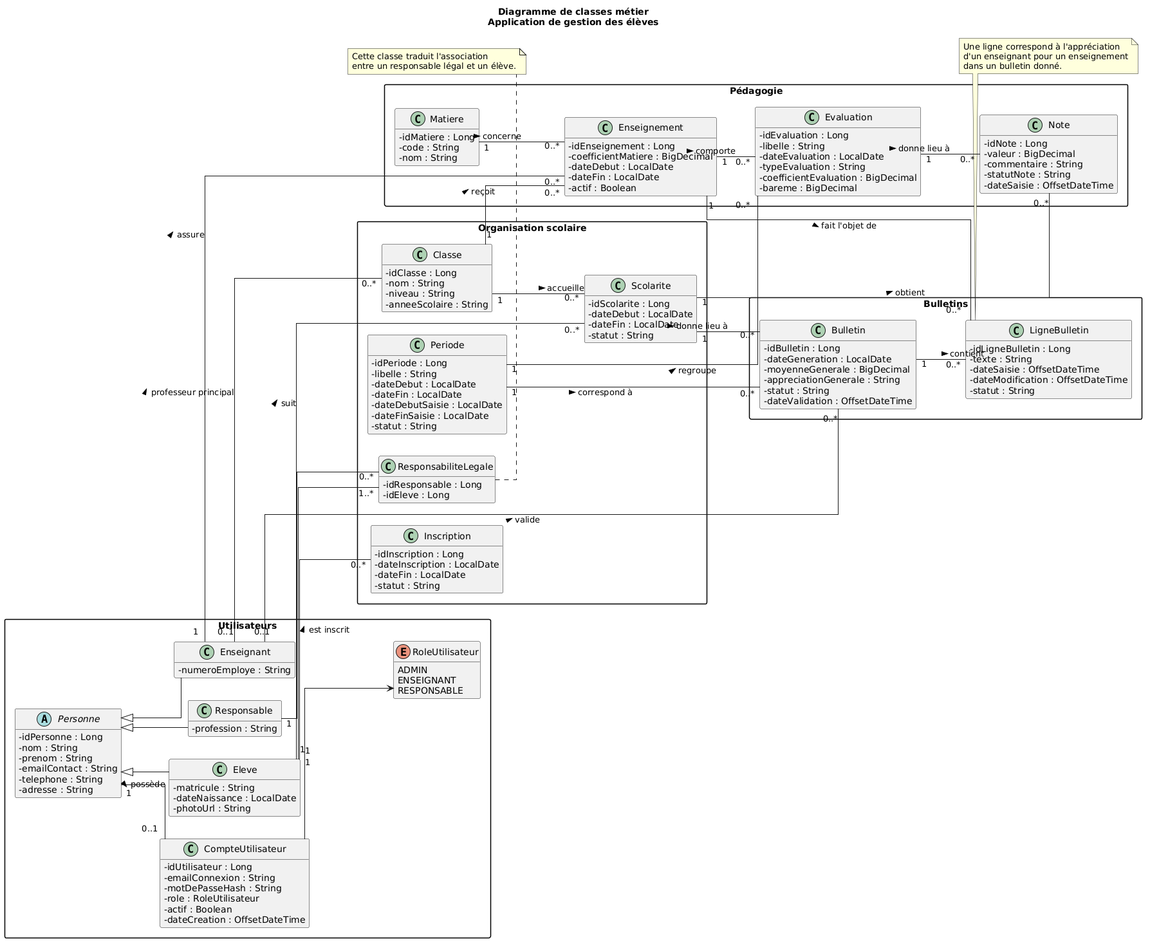
Earlier version of the PlantUML export docs/uml/diagramme-classes-complet.png (Florian2524/gestion-eleves). Its source is kept beside it as docs/uml/diagramme-classes-complet.puml.
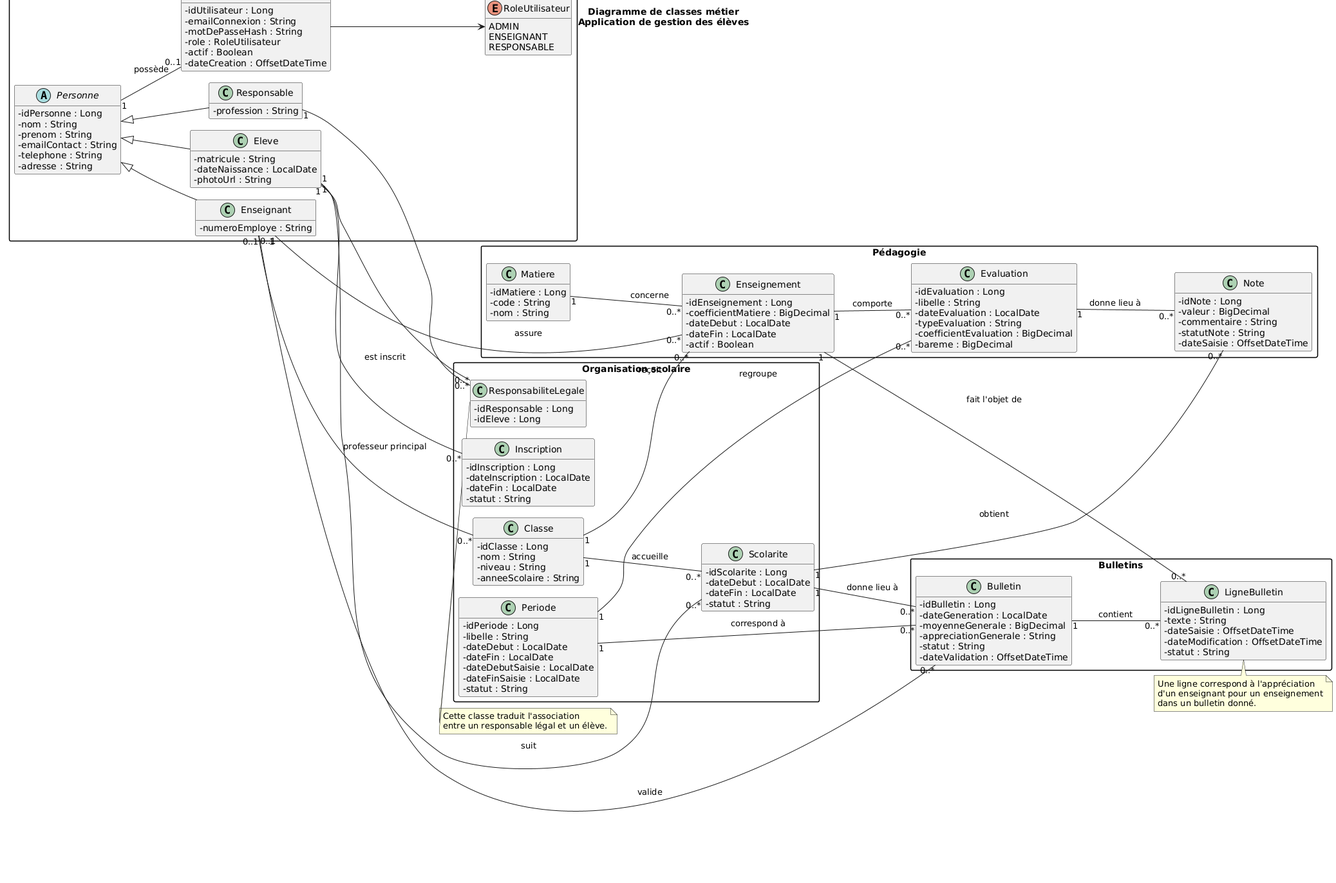
Above is the later version.

The edit, as a diff of the source:
```diff
@@ -105,7 +105,7 @@
 Classe "1" -- "0..*" Scolarite : accueille >
 
 Responsable "1" -- "0..*" ResponsabiliteLegale
-Eleve "1" -- "1..*" ResponsabiliteLegale
+Eleve "1" -- "0..*" ResponsabiliteLegale
 
 Enseignant "0..1" -- "0..*" Classe : professeur principal >
 
```
